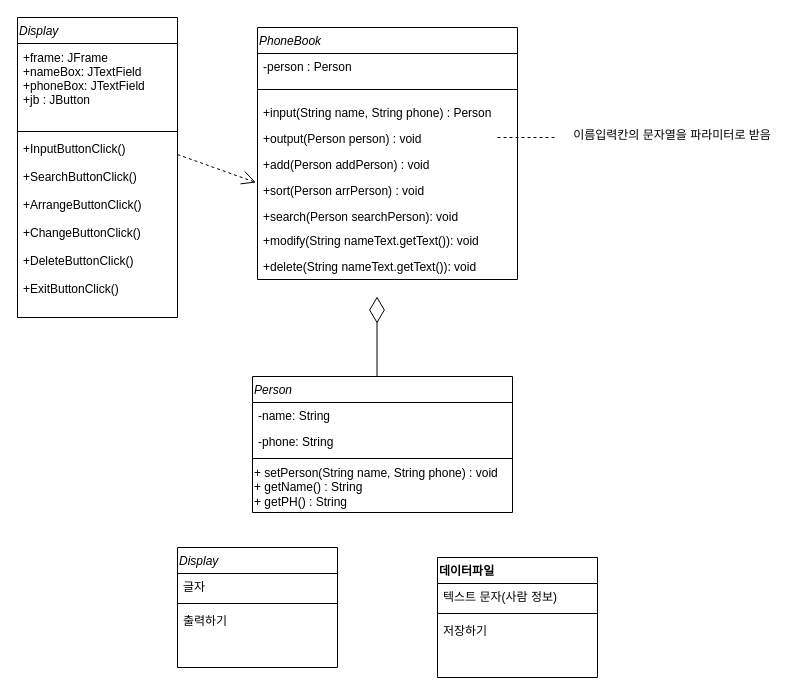
The draw.io diagram 순서도/전화번호부 클래스다이어그램_java.drawio in skatld123/PH_list_java, before the edit. Source tidied: cells renumbered, new cells numbered last; positions are measured from the earlier drawing's top-left corner, leaving out a move shared by most shapes. Both pictures are drawn from the tidied source at 100%, with x=0, y=0 at pixel (17, 17).
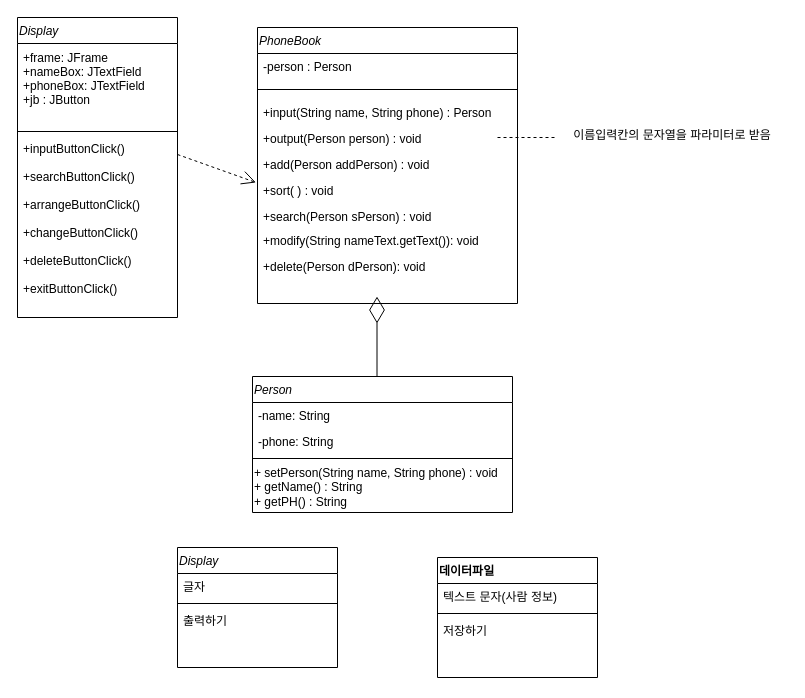
The same diagram, later.

Commit message:
전화번호부 클래스다이어그램_java.drawio 업데이트

Unchanged cells that the change refers to:
```xml
<mxCell id="18" value="Display" style="swimlane;fontStyle=2;align=left;verticalAlign=top;horizontal=1;startSize=26;" parent="1" vertex="1">
  <mxGeometry width="160" height="300" as="geometry" />
</mxCell>
```

The edit, as a diff of the source:
```diff
@@
     <mxCell id="2" value="PhoneBook" style="swimlane;fontStyle=2;align=left;verticalAlign=top;horizontal=1;startSize=26;rounded=0;shadow=0;strokeWidth=1;" parent="1" vertex="1">
-      <mxGeometry x="240" y="10" width="260" height="252" as="geometry" />
+      <mxGeometry x="240" y="10" width="260" height="276" as="geometry" />
     </mxCell>
@@
-    <mxCell id="8" value="+sort(Person arrPerson) : void" style="text;strokeColor=none;fillColor=none;align=left;verticalAlign=top;spacingLeft=4;spacingRight=4;overflow=hidden;points=[[0,0.5],[1,0.5]];portConstraint=eastwest;" parent="2" vertex="1">
+    <mxCell id="8" value="+sort( ) : void" style="text;strokeColor=none;fillColor=none;align=left;verticalAlign=top;spacingLeft=4;spacingRight=4;overflow=hidden;points=[[0,0.5],[1,0.5]];portConstraint=eastwest;" parent="2" vertex="1">
       <mxGeometry y="150" width="260" height="26" as="geometry" />
     </mxCell>
-    <mxCell id="9" value="+search(Person searchPerson): void" style="text;strokeColor=none;fillColor=none;align=left;verticalAlign=top;spacingLeft=4;spacingRight=4;overflow=hidden;" parent="2" vertex="1">
+    <mxCell id="9" value="+search(Person sPerson) : void" style="text;strokeColor=none;fillColor=none;align=left;verticalAlign=top;spacingLeft=4;spacingRight=4;overflow=hidden;" parent="2" vertex="1">
       <mxGeometry y="176" width="260" height="24" as="geometry" />
     </mxCell>
@@
-    <mxCell id="12" value="+delete(String nameText.getText()): void" style="text;strokeColor=none;fillColor=none;align=left;verticalAlign=top;spacingLeft=4;spacingRight=4;overflow=hidden;" parent="2" vertex="1">
+    <mxCell id="12" value="+delete(Person dPerson): void" style="text;strokeColor=none;fillColor=none;align=left;verticalAlign=top;spacingLeft=4;spacingRight=4;overflow=hidden;" parent="2" vertex="1">
       <mxGeometry y="226" width="260" height="26" as="geometry" />
     </mxCell>
@@
-    <mxCell id="21" value="+InputButtonClick()&#10;&#10;+SearchButtonClick()&#10;&#10;+ArrangeButtonClick()&#10;&#10;+ChangeButtonClick()&#10;&#10;+DeleteButtonClick()&#10;&#10;+ExitButtonClick()" style="text;strokeColor=none;fillColor=none;align=left;verticalAlign=top;spacingLeft=4;spacingRight=4;overflow=hidden;" parent="18" vertex="1">
+    <mxCell id="21" value="+inputButtonClick()&#10;&#10;+searchButtonClick()&#10;&#10;+arrangeButtonClick()&#10;&#10;+changeButtonClick()&#10;&#10;+deleteButtonClick()&#10;&#10;+exitButtonClick()" style="text;strokeColor=none;fillColor=none;align=left;verticalAlign=top;spacingLeft=4;spacingRight=4;overflow=hidden;" parent="18" vertex="1">
       <mxGeometry y="118" width="160" height="182" as="geometry" />
     </mxCell>
```
